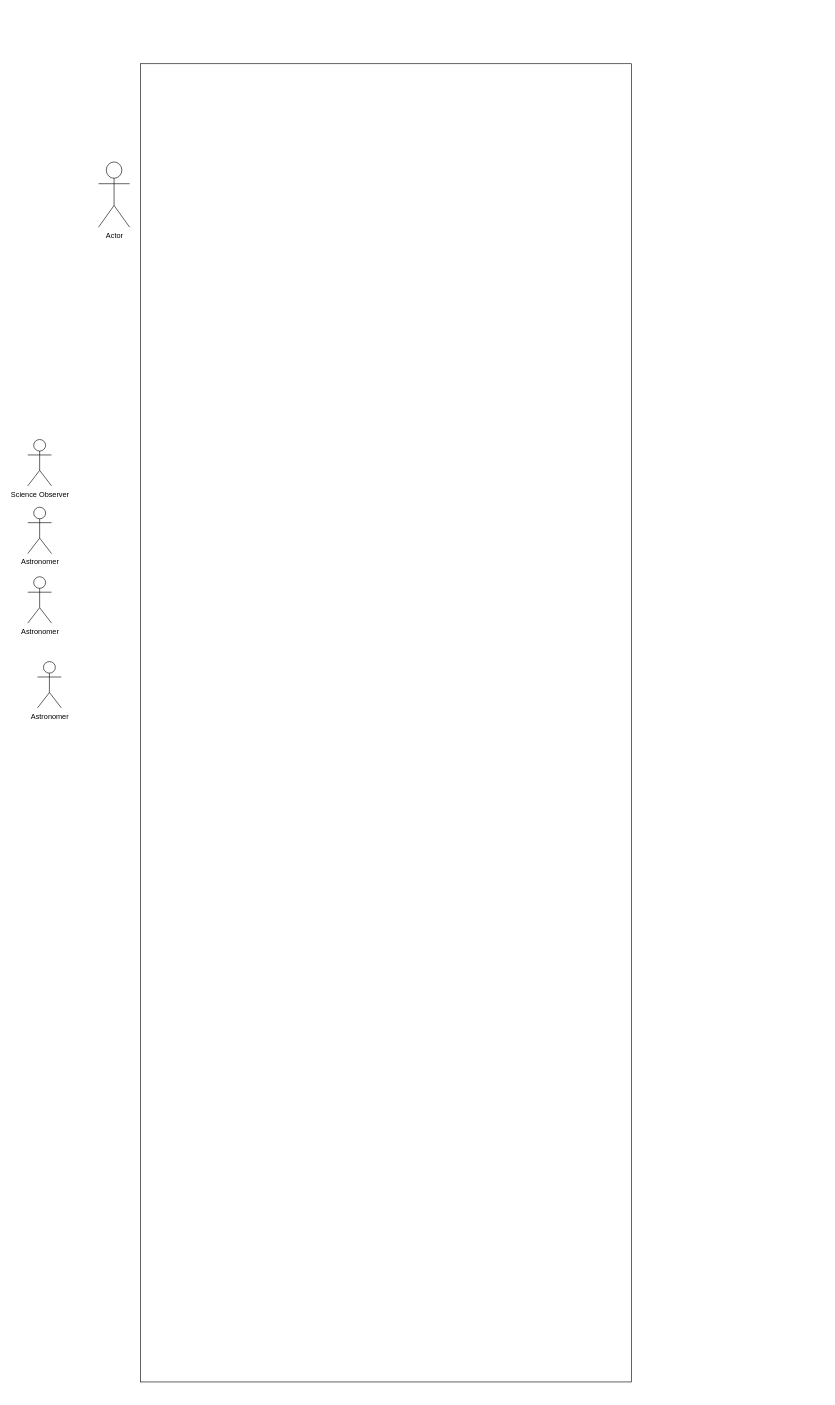
Earlier version of the draw.io diagram Usecase Diagram.drawio (pearmnw/keep-work). Source tidied: cells renumbered, new cells numbered last; positions are measured from the earlier drawing's top-left corner, leaving out a move shared by most shapes. Both pictures are drawn from the tidied source at 61%, with x=0, y=0 at pixel (27, 63).
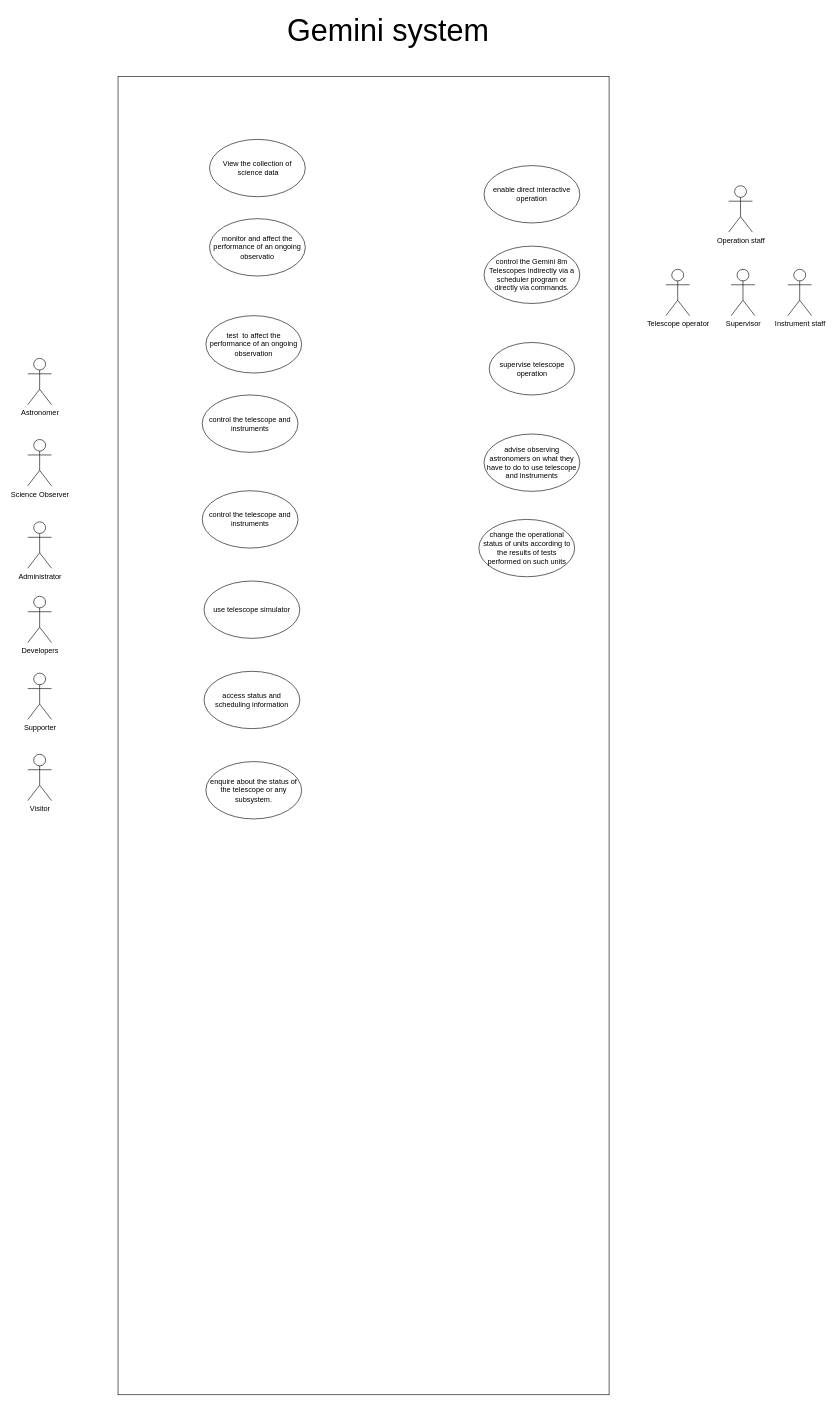
After the change.

What changed in the source:
```diff
@@
     <mxCell id="2" style="rounded=0;whiteSpace=wrap;html=1;" parent="1" vertex="1">
-      <mxGeometry x="185" width="805" height="2161" as="geometry" />
+      <mxGeometry x="148" y="21" width="805" height="2161" as="geometry" />
     </mxCell>
-    <mxCell id="3" value="Actor" style="shape=umlActor;verticalLabelPosition=bottom;verticalAlign=top;html=1;" parent="1" vertex="1">
-      <mxGeometry x="116" y="161" width="51" height="107" as="geometry" />
-    </mxCell>
@@
     <mxCell id="5" value="Astronomer" style="shape=umlActor;verticalLabelPosition=bottom;verticalAlign=top;html=1;" parent="1" vertex="1">
-      <mxGeometry y="727" width="39" height="76" as="geometry" />
+      <mxGeometry y="483" width="39" height="76" as="geometry" />
     </mxCell>
-    <mxCell id="6" value="Astronomer" style="shape=umlActor;verticalLabelPosition=bottom;verticalAlign=top;html=1;" parent="1" vertex="1">
-      <mxGeometry y="841" width="39" height="76" as="geometry" />
+    <mxCell id="6" value="Administrator" style="shape=umlActor;verticalLabelPosition=bottom;verticalAlign=top;html=1;" parent="1" vertex="1">
+      <mxGeometry y="751" width="39" height="76" as="geometry" />
     </mxCell>
-    <mxCell id="7" value="Astronomer" style="shape=umlActor;verticalLabelPosition=bottom;verticalAlign=top;html=1;" parent="1" vertex="1">
-      <mxGeometry x="16" y="980" width="39" height="76" as="geometry" />
+    <mxCell id="7" value="Developers" style="shape=umlActor;verticalLabelPosition=bottom;verticalAlign=top;html=1;" parent="1" vertex="1">
+      <mxGeometry y="873" width="39" height="76" as="geometry" />
     </mxCell>
+    <mxCell id="8" value="Supporter" style="shape=umlActor;verticalLabelPosition=bottom;verticalAlign=top;html=1;" parent="1" vertex="1">
+      <mxGeometry y="999" width="39" height="76" as="geometry" />
+    </mxCell>
+    <mxCell id="9" value="Visitor" style="shape=umlActor;verticalLabelPosition=bottom;verticalAlign=top;html=1;" parent="1" vertex="1">
+      <mxGeometry y="1132" width="39" height="76" as="geometry" />
+    </mxCell>
+    <mxCell id="10" value="Operation staff" style="shape=umlActor;verticalLabelPosition=bottom;verticalAlign=top;html=1;" parent="1" vertex="1">
+      <mxGeometry x="1149" y="200" width="39" height="76" as="geometry" />
+    </mxCell>
+    <mxCell id="11" value="Telescope operator" style="shape=umlActor;verticalLabelPosition=bottom;verticalAlign=top;html=1;" parent="1" vertex="1">
+      <mxGeometry x="1046" y="337" width="39" height="76" as="geometry" />
+    </mxCell>
+    <mxCell id="12" value="Supervisor" style="shape=umlActor;verticalLabelPosition=bottom;verticalAlign=top;html=1;" parent="1" vertex="1">
+      <mxGeometry x="1153" y="337" width="39" height="76" as="geometry" />
+    </mxCell>
+    <mxCell id="13" value="Instrument staff" style="shape=umlActor;verticalLabelPosition=bottom;verticalAlign=top;html=1;" parent="1" vertex="1">
+      <mxGeometry x="1246" y="337" width="39" height="76" as="geometry" />
+    </mxCell>
+    <mxCell id="14" value="&lt;font style=&quot;font-size: 50px;&quot;&gt;Gemini system&lt;/font&gt;" style="text;html=1;strokeColor=none;fillColor=none;align=center;verticalAlign=middle;whiteSpace=wrap;rounded=0;" parent="1" vertex="1">
+      <mxGeometry x="396" y="-87" width="390" height="64" as="geometry" />
+    </mxCell>
+    <mxCell id="15" value="View the collection of &amp;nbsp;science data" style="ellipse;whiteSpace=wrap;html=1;" parent="1" vertex="1">
+      <mxGeometry x="298" y="124" width="157" height="94" as="geometry" />
+    </mxCell>
+    <mxCell id="16" value="monitor and affect the performance of an ongoing observatio" style="ellipse;whiteSpace=wrap;html=1;" parent="1" vertex="1">
+      <mxGeometry x="298" y="254" width="157" height="94" as="geometry" />
+    </mxCell>
+    <mxCell id="17" value="test&amp;nbsp; to affect the performance of an ongoing observation" style="ellipse;whiteSpace=wrap;html=1;" parent="1" vertex="1">
+      <mxGeometry x="292" y="413" width="157" height="94" as="geometry" />
+    </mxCell>
+    <mxCell id="18" value="control the telescope and instruments" style="ellipse;whiteSpace=wrap;html=1;" parent="1" vertex="1">
+      <mxGeometry x="286" y="543" width="157" height="94" as="geometry" />
+    </mxCell>
+    <mxCell id="19" value="control the telescope and instruments" style="ellipse;whiteSpace=wrap;html=1;" parent="1" vertex="1">
+      <mxGeometry x="286" y="700" width="157" height="94" as="geometry" />
+    </mxCell>
+    <mxCell id="20" value="use telescope simulator" style="ellipse;whiteSpace=wrap;html=1;" parent="1" vertex="1">
+      <mxGeometry x="289" y="848" width="157" height="94" as="geometry" />
+    </mxCell>
+    <mxCell id="21" value="access status and scheduling information" style="ellipse;whiteSpace=wrap;html=1;" parent="1" vertex="1">
+      <mxGeometry x="289" y="996" width="157" height="94" as="geometry" />
+    </mxCell>
+    <mxCell id="22" value="enable direct interactive operation" style="ellipse;whiteSpace=wrap;html=1;" parent="1" vertex="1">
+      <mxGeometry x="748" y="167" width="157" height="94" as="geometry" />
+    </mxCell>
+    <mxCell id="23" value="enquire about the status of the telescope or any subsystem." style="ellipse;whiteSpace=wrap;html=1;" parent="1" vertex="1">
+      <mxGeometry x="292" y="1144" width="157" height="94" as="geometry" />
+    </mxCell>
+    <mxCell id="24" value="control the Gemini 8m Telescopes indirectly via a scheduler program or directly via commands." style="ellipse;whiteSpace=wrap;html=1;" parent="1" vertex="1">
+      <mxGeometry x="748" y="299" width="157" height="94" as="geometry" />
+    </mxCell>
+    <mxCell id="25" value="supervise telescope operation" style="ellipse;whiteSpace=wrap;html=1;" parent="1" vertex="1">
+      <mxGeometry x="756.5" y="457" width="140" height="86" as="geometry" />
+    </mxCell>
+    <mxCell id="26" value="advise observing astronomers on what they have to do to use telescope and instruments" style="ellipse;whiteSpace=wrap;html=1;" parent="1" vertex="1">
+      <mxGeometry x="748" y="607" width="157" height="94" as="geometry" />
+    </mxCell>
+    <mxCell id="27" value="change the operational status of units according to the results of tests performed on such units" style="ellipse;whiteSpace=wrap;html=1;" parent="1" vertex="1">
+      <mxGeometry x="739.5" y="747" width="157" height="94" as="geometry" />
+    </mxCell>
```
